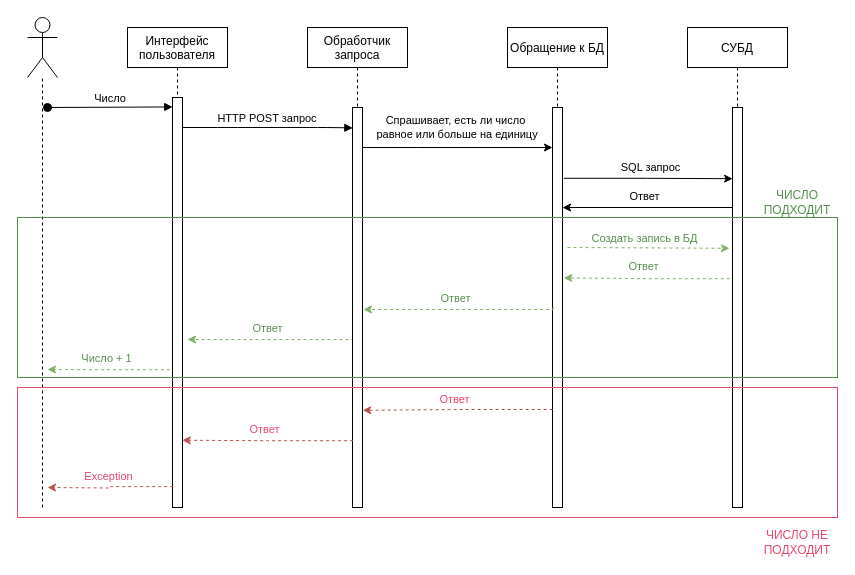
Above: Sequence.drawio in rmrakhimov/achive_2 (draw.io), before the change. Source tidied: cells renumbered, new cells numbered last; positions are measured from the earlier drawing's top-left corner, leaving out a move shared by most shapes. Both pictures are drawn from the tidied source at 100%, with x=0, y=0 at pixel (17, 17).
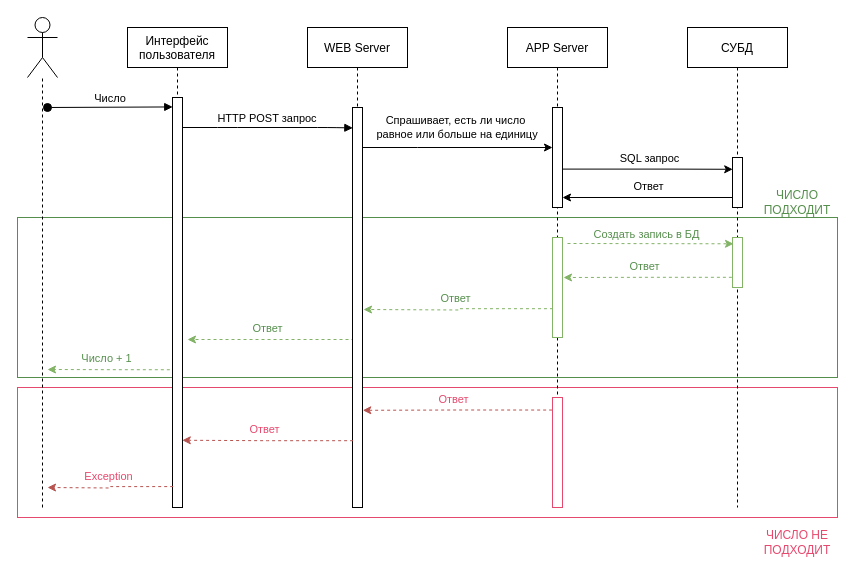
Above is the later version.

The change refers to these unchanged cells:
```xml
<mxCell id="7" style="points=[];perimeter=orthogonalPerimeter;rounded=0;shadow=0;strokeWidth=1;" parent="6" vertex="1">
  <mxGeometry x="45" y="80" width="10" height="400" as="geometry" />
</mxCell>
<mxCell id="14" value="СУБД" style="shape=umlLifeline;perimeter=lifelinePerimeter;rounded=0;shadow=0;strokeWidth=1;" parent="1" vertex="1">
  <mxGeometry x="670" y="10" width="100" height="480" as="geometry" />
</mxCell>
```

Change to the diagram source:
```diff
@@
+    <mxCell id="28" style="rounded=0;whiteSpace=wrap;html=1;fillColor=none;strokeColor=#E6496E;" parent="1" vertex="1">
+      <mxGeometry y="370" width="820" height="130" as="geometry" />
+    </mxCell>
+    <mxCell id="24" style="rounded=0;whiteSpace=wrap;html=1;fillColor=none;strokeColor=#568F4D;" parent="1" vertex="1">
+      <mxGeometry y="200" width="820" height="160" as="geometry" />
+    </mxCell>
@@
-    <mxCell id="6" value="Обработчик&#10;запроса" style="shape=umlLifeline;perimeter=lifelinePerimeter;rounded=0;shadow=0;strokeWidth=1;" parent="1" vertex="1">
+    <mxCell id="6" value="WEB Server" style="shape=umlLifeline;perimeter=lifelinePerimeter;rounded=0;shadow=0;strokeWidth=1;" parent="1" vertex="1">
       <mxGeometry x="290" y="10" width="100" height="480" as="geometry" />
     </mxCell>
@@
-    <mxCell id="9" value="SQL запрос" style="edgeStyle=orthogonalEdgeStyle;rounded=0;jettySize=auto;html=1;exitX=1.128;exitY=0.177;exitDx=0;exitDy=0;exitPerimeter=0;entryX=0.01;entryY=0.178;entryDx=0;entryDy=0;entryPerimeter=0;" parent="1" edge="1" source="11" target="15">
+    <mxCell id="9" value="SQL запрос" style="edgeStyle=orthogonalEdgeStyle;rounded=0;jettySize=auto;html=1;exitX=0.54;exitY=0.295;exitDx=0;exitDy=0;exitPerimeter=0;entryX=0.02;entryY=0.236;entryDx=0;entryDy=0;entryPerimeter=0;" parent="1" edge="1" source="10" target="15">
       <mxGeometry x="0.03" y="11" relative="1" as="geometry" />
     </mxCell>
-    <mxCell id="10" value="Обращение к БД" style="shape=umlLifeline;perimeter=lifelinePerimeter;rounded=0;shadow=0;strokeWidth=1;" parent="1" vertex="1">
+    <mxCell id="10" value="APP Server" style="shape=umlLifeline;perimeter=lifelinePerimeter;rounded=0;shadow=0;strokeWidth=1;" parent="1" vertex="1">
       <mxGeometry x="490" y="10" width="100" height="480" as="geometry" />
     </mxCell>
     <mxCell id="11" style="points=[];perimeter=orthogonalPerimeter;rounded=0;shadow=0;strokeWidth=1;" parent="10" vertex="1">
-      <mxGeometry x="45" y="80" width="10" height="400" as="geometry" />
+      <mxGeometry x="45" y="80" width="10" height="100" as="geometry" />
     </mxCell>
-    <mxCell id="12" style="endArrow=classic;dashed=1;html=1;rounded=0;entryX=-0.3;entryY=0.352;entryDx=0;entryDy=0;entryPerimeter=0;fillColor=#d5e8d4;strokeColor=#82b366;endFill=1;" parent="10" edge="1" target="15">
+    <mxCell id="12" style="endArrow=classic;dashed=1;html=1;rounded=0;entryX=0.1;entryY=0.126;entryDx=0;entryDy=0;entryPerimeter=0;fillColor=#d5e8d4;strokeColor=#82b366;endFill=1;" parent="10" edge="1" target="32">
       <mxGeometry relative="1" as="geometry">
-        <mxPoint x="60" y="220" as="sourcePoint" />
+        <mxPoint x="60" y="216" as="sourcePoint" />
       </mxGeometry>
     </mxCell>
@@
+    <mxCell id="30" style="points=[];perimeter=orthogonalPerimeter;rounded=0;shadow=0;strokeWidth=1;fillColor=default;strokeColor=#82b366;" parent="10" vertex="1">
+      <mxGeometry x="45" y="210" width="10" height="100" as="geometry" />
+    </mxCell>
+    <mxCell id="31" style="points=[];perimeter=orthogonalPerimeter;rounded=0;shadow=0;strokeWidth=1;fillColor=default;strokeColor=#E6496E;" parent="10" vertex="1">
+      <mxGeometry x="45" y="370" width="10" height="110" as="geometry" />
+    </mxCell>
@@
     <mxCell id="15" style="points=[];perimeter=orthogonalPerimeter;rounded=0;shadow=0;strokeWidth=1;" parent="14" vertex="1">
-      <mxGeometry x="45" y="80" width="10" height="400" as="geometry" />
+      <mxGeometry x="45" y="130" width="10" height="50" as="geometry" />
     </mxCell>
@@
     <mxCell id="17" value="Ответ" style="edgeStyle=orthogonalEdgeStyle;rounded=0;jettySize=auto;html=1;" parent="1" edge="1" target="11">
       <mxGeometry x="0.04" y="-11" relative="1" as="geometry">
         <mxPoint x="715" y="190" as="sourcePoint" />
         <Array as="points">
-          <mxPoint x="715" y="190" />
+          <mxPoint x="715" y="180" />
         </Array>
       </mxGeometry>
     </mxCell>
@@
-    <mxCell id="20" value="Ответ" style="edgeStyle=orthogonalEdgeStyle;rounded=0;jettySize=auto;html=1;entryX=1.128;entryY=0.426;entryDx=0;entryDy=0;entryPerimeter=0;exitX=-0.266;exitY=0.428;exitDx=0;exitDy=0;exitPerimeter=0;dashed=1;fillColor=#d5e8d4;strokeColor=#82b366;fontColor=#568F4D;" parent="1" edge="1" source="15" target="11">
-      <mxGeometry x="0.04" y="-11" relative="1" as="geometry" />
+    <mxCell id="20" value="Ответ" style="edgeStyle=orthogonalEdgeStyle;rounded=0;jettySize=auto;html=1;exitX=-0.06;exitY=0.796;exitDx=0;exitDy=0;exitPerimeter=0;dashed=1;fillColor=#d5e8d4;strokeColor=#82b366;fontColor=#568F4D;" parent="1" edge="1" source="32">
+      <mxGeometry x="0.04" y="-11" relative="1" as="geometry">
+        <mxPoint x="546" y="260" as="targetPoint" />
+      </mxGeometry>
     </mxCell>
-    <mxCell id="21" value="Ответ" style="edgeStyle=orthogonalEdgeStyle;rounded=0;orthogonalLoop=1;jettySize=auto;html=1;exitX=0.061;exitY=0.531;exitDx=0;exitDy=0;exitPerimeter=0;dashed=1;fillColor=#d5e8d4;strokeColor=#82b366;fontColor=#568F4D;" parent="1" edge="1">
+    <mxCell id="21" value="Ответ" style="edgeStyle=orthogonalEdgeStyle;rounded=0;jettySize=auto;html=1;dashed=1;fillColor=#d5e8d4;strokeColor=#82b366;fontColor=#568F4D;exitX=0.046;exitY=0.712;exitDx=0;exitDy=0;exitPerimeter=0;" parent="1" edge="1" source="30">
       <mxGeometry x="0.04" y="-11" relative="1" as="geometry">
-        <mxPoint x="535.6" y="290" as="sourcePoint" />
         <mxPoint x="346" y="292" as="targetPoint" />
-        <Array as="points">
-          <mxPoint x="536" y="292" />
-        </Array>
       </mxGeometry>
     </mxCell>
@@
-    <mxCell id="23" value="Ответ" style="edgeStyle=orthogonalEdgeStyle;rounded=0;jettySize=auto;html=1;dashed=1;fillColor=#f8cecc;strokeColor=#b85450;fontColor=#E6496E;exitX=0.016;exitY=0.755;exitDx=0;exitDy=0;exitPerimeter=0;entryX=1.028;entryY=0.757;entryDx=0;entryDy=0;entryPerimeter=0;" parent="1" edge="1" source="11" target="7">
+    <mxCell id="23" value="Ответ" style="edgeStyle=orthogonalEdgeStyle;rounded=0;jettySize=auto;html=1;dashed=1;fillColor=#f8cecc;strokeColor=#b85450;fontColor=#E6496E;exitX=-0.035;exitY=0.114;exitDx=0;exitDy=0;exitPerimeter=0;entryX=1.028;entryY=0.757;entryDx=0;entryDy=0;entryPerimeter=0;" parent="1" edge="1" source="31" target="7">
       <mxGeometry x="0.04" y="-11" relative="1" as="geometry" />
     </mxCell>
-    <mxCell id="24" style="rounded=0;whiteSpace=wrap;html=1;fillColor=none;strokeColor=#568F4D;" parent="1" vertex="1">
-      <mxGeometry y="200" width="820" height="160" as="geometry" />
-    </mxCell>
@@
-    <mxCell id="28" style="rounded=0;whiteSpace=wrap;html=1;fillColor=none;strokeColor=#E6496E;" parent="1" vertex="1">
-      <mxGeometry y="370" width="820" height="130" as="geometry" />
-    </mxCell>
@@
+    <mxCell id="32" style="points=[];perimeter=orthogonalPerimeter;rounded=0;shadow=0;strokeWidth=1;fillColor=default;strokeColor=#82b366;" parent="1" vertex="1">
+      <mxGeometry x="715" y="220" width="10" height="50" as="geometry" />
+    </mxCell>
```
